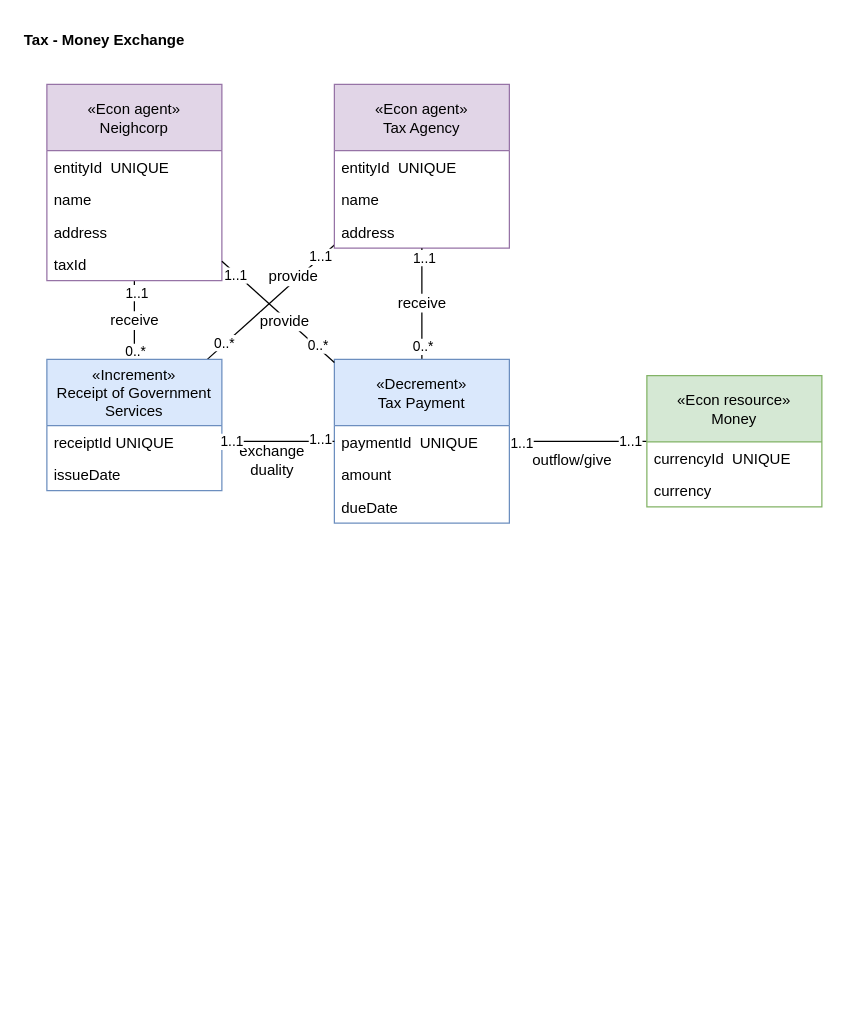
Before: page "Tax Exchange" (8 of 9) of media/IS1_Project_REA.drawio in tudwiglemmel/Neigh-Corp---Golden-Meadows, a draw.io diagram. Source tidied: cells renumbered, new cells numbered last; positions are measured from the earlier drawing's top-left corner, leaving out a move shared by most shapes. Both pictures are drawn from the tidied source at 125%, with x=0, y=0 at pixel (21, 21).
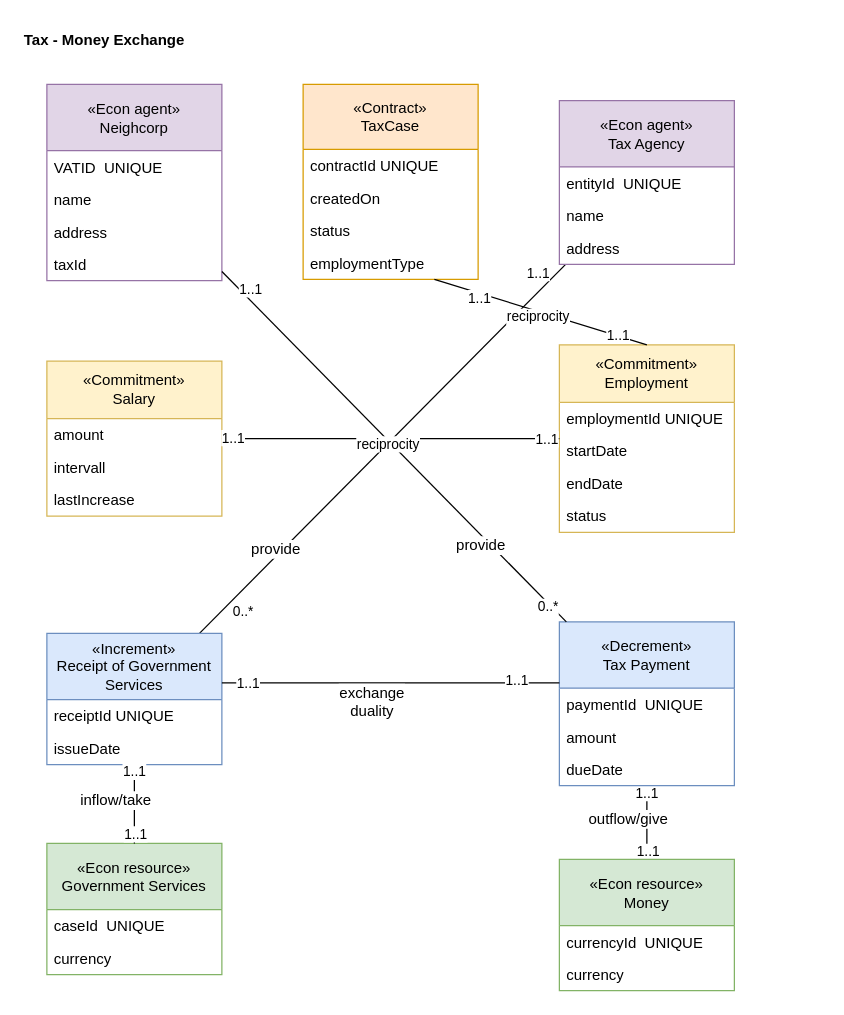
Above is the later version.

The change refers to these unchanged cells:
```xml
<mxCell id="6" value="«Econ agent»&lt;div&gt;Neighcorp&lt;/div&gt;" style="whiteSpace=wrap;html=1;fillColor=#e1d5e7;strokeColor=#9673a6;shape=swimlane;fontStyle=0;startSize=53;horizontal=1;align=center;verticalAlign=middle;fontFamily=Helvetica;fontSize=12;fontColor=default;" parent="1" vertex="1">
  <mxGeometry x="20" y="50" width="140" height="157" as="geometry" />
</mxCell>
```

Change to the diagram source:
```diff
@@
+    <mxCell id="40" value="«Contract»&lt;div&gt;TaxCase&lt;/div&gt;" style="whiteSpace=wrap;html=1;fillColor=#ffe6cc;strokeColor=#d79b00;shape=swimlane;fontStyle=0;startSize=52;horizontal=1;align=center;verticalAlign=middle;fontFamily=Helvetica;fontSize=12;fontColor=default;" parent="1" vertex="1">
+      <mxGeometry x="225" y="50" width="140" height="156" as="geometry" />
+    </mxCell>
+    <mxCell id="41" value="contractId UNIQUE" style="text;strokeColor=none;fillColor=none;align=left;verticalAlign=top;spacingLeft=4;spacingRight=4;overflow=hidden;whiteSpace=wrap;html=1;" parent="40" vertex="1">
+      <mxGeometry y="52" width="140" height="26" as="geometry" />
+    </mxCell>
+    <mxCell id="42" value="createdOn" style="text;strokeColor=none;fillColor=none;align=left;verticalAlign=top;spacingLeft=4;spacingRight=4;overflow=hidden;whiteSpace=wrap;html=1;" parent="40" vertex="1">
+      <mxGeometry y="78" width="140" height="26" as="geometry" />
+    </mxCell>
+    <mxCell id="43" value="status" style="text;strokeColor=none;fillColor=none;align=left;verticalAlign=top;spacingLeft=4;spacingRight=4;overflow=hidden;whiteSpace=wrap;html=1;" parent="40" vertex="1">
+      <mxGeometry y="104" width="140" height="26" as="geometry" />
+    </mxCell>
+    <mxCell id="44" value="employmentType" style="text;strokeColor=none;fillColor=none;align=left;verticalAlign=top;spacingLeft=4;spacingRight=4;overflow=hidden;whiteSpace=wrap;html=1;" parent="40" vertex="1">
+      <mxGeometry y="130" width="140" height="26" as="geometry" />
+    </mxCell>
@@
-    <mxCell id="3" value="receive" style="edgeStyle=orthogonalEdgeStyle;rounded=0;jettySize=auto;html=1;fontFamily=Helvetica;fontSize=12;fontColor=default;endArrow=none;endFill=0;" parent="1" edge="1" source="6" target="18">
-      <mxGeometry relative="1" as="geometry" />
-    </mxCell>
-    <mxCell id="4" value="0..*" style="edgeLabel;html=1;align=center;verticalAlign=middle;" parent="3" vertex="1">
-      <mxGeometry x="0.77" relative="1" as="geometry" />
-    </mxCell>
-    <mxCell id="5" value="1..1" style="edgeLabel;html=1;align=center;verticalAlign=middle;" parent="3" vertex="1">
-      <mxGeometry x="-0.73" y="1" relative="1" as="geometry" />
-    </mxCell>
@@
-    <mxCell id="7" value="entityId&amp;nbsp; UNIQUE" style="text;strokeColor=none;fillColor=none;align=left;verticalAlign=top;spacingLeft=4;spacingRight=4;overflow=hidden;whiteSpace=wrap;html=1;fontFamily=Helvetica;fontSize=12;fontColor=default;fontStyle=0;horizontal=1;" parent="6" vertex="1">
+    <mxCell id="7" value="VATID&amp;nbsp; UNIQUE" style="text;strokeColor=none;fillColor=none;align=left;verticalAlign=top;spacingLeft=4;spacingRight=4;overflow=hidden;whiteSpace=wrap;html=1;fontFamily=Helvetica;fontSize=12;fontColor=default;fontStyle=0;horizontal=1;" parent="6" vertex="1">
       <mxGeometry y="53" width="140" height="26" as="geometry" />
     </mxCell>
@@
     <mxCell id="11" value="provide" style="rounded=0;jettySize=auto;html=1;fontFamily=Helvetica;fontSize=12;fontColor=default;endArrow=none;endFill=0;" parent="1" edge="1" source="14" target="18">
-      <mxGeometry x="-0.38" y="-3" relative="1" as="geometry" />
+      <mxGeometry x="0.57" y="-5" relative="1" as="geometry">
+        <mxPoint x="1" as="offset" />
+      </mxGeometry>
     </mxCell>
     <mxCell id="12" value="1..1" style="edgeLabel;html=1;align=center;verticalAlign=middle;" parent="11" vertex="1">
-      <mxGeometry x="-0.78" y="-1" relative="1" as="geometry" />
+      <mxGeometry x="-0.78" y="-1" relative="1" as="geometry">
+        <mxPoint x="11" y="-25" as="offset" />
+      </mxGeometry>
     </mxCell>
     <mxCell id="13" value="0..*" style="edgeLabel;html=1;align=center;verticalAlign=middle;" parent="11" vertex="1">
-      <mxGeometry x="0.72" y="-1" relative="1" as="geometry" />
+      <mxGeometry x="0.72" y="-1" relative="1" as="geometry">
+        <mxPoint x="-6" y="24" as="offset" />
+      </mxGeometry>
     </mxCell>
     <mxCell id="14" value="«Econ agent»&lt;div&gt;Tax Agency&lt;/div&gt;" style="whiteSpace=wrap;html=1;fillColor=#e1d5e7;strokeColor=#9673a6;shape=swimlane;fontStyle=0;startSize=53;horizontal=1;align=center;verticalAlign=middle;fontFamily=Helvetica;fontSize=12;fontColor=default;" parent="1" vertex="1">
-      <mxGeometry x="250" y="50" width="140" height="131" as="geometry" />
+      <mxGeometry x="430" y="63" width="140" height="131" as="geometry" />
     </mxCell>
@@
     <mxCell id="18" value="«Increment»&lt;div&gt;Receipt of Government Services&lt;/div&gt;" style="whiteSpace=wrap;html=1;fillColor=#dae8fc;strokeColor=#6c8ebf;shape=swimlane;fontStyle=0;startSize=53;horizontal=1;align=center;verticalAlign=middle;fontFamily=Helvetica;fontSize=12;" parent="1" vertex="1">
-      <mxGeometry x="20" y="270" width="140" height="105" as="geometry" />
+      <mxGeometry x="20" y="489.2" width="140" height="105" as="geometry" />
     </mxCell>
@@
-    <mxCell id="21" value="receive" style="edgeStyle=orthogonalEdgeStyle;rounded=0;jettySize=auto;html=1;fontFamily=Helvetica;fontSize=12;fontColor=default;endArrow=none;endFill=0;" parent="1" edge="1" source="27" target="14">
-      <mxGeometry relative="1" as="geometry" />
-    </mxCell>
-    <mxCell id="22" value="1..1" style="edgeLabel;html=1;align=center;verticalAlign=middle;" parent="21" vertex="1">
-      <mxGeometry x="0.84" y="-1" relative="1" as="geometry" />
-    </mxCell>
-    <mxCell id="23" value="0..*" style="edgeLabel;html=1;align=center;verticalAlign=middle;" parent="21" vertex="1">
-      <mxGeometry x="-0.75" relative="1" as="geometry" />
-    </mxCell>
@@
     <mxCell id="27" value="«Decrement»&lt;div&gt;Tax Payment&lt;/div&gt;" style="whiteSpace=wrap;html=1;fillColor=#dae8fc;strokeColor=#6c8ebf;shape=swimlane;fontStyle=0;startSize=53;horizontal=1;align=center;verticalAlign=middle;fontFamily=Helvetica;fontSize=12;" parent="1" vertex="1">
-      <mxGeometry x="250" y="270" width="140" height="131" as="geometry" />
+      <mxGeometry x="430" y="480" width="140" height="131" as="geometry" />
     </mxCell>
@@
     <mxCell id="31" value="«Econ resource»&lt;div&gt;Money&lt;/div&gt;" style="whiteSpace=wrap;html=1;fillColor=#d5e8d4;strokeColor=#82b366;shape=swimlane;fontStyle=0;startSize=53;horizontal=1;align=center;verticalAlign=middle;fontFamily=Helvetica;fontSize=12;" parent="1" vertex="1">
-      <mxGeometry x="500" y="283" width="140" height="105" as="geometry" />
+      <mxGeometry x="430" y="670" width="140" height="105" as="geometry" />
     </mxCell>
@@
     <mxCell id="34" value="exchange&lt;div&gt;duality&lt;/div&gt;" style="edgeStyle=orthogonalEdgeStyle;rounded=0;jettySize=auto;html=1;fontFamily=Helvetica;fontSize=12;fontColor=default;endArrow=none;endFill=0;" parent="1" edge="1" source="18" target="27">
       <mxGeometry x="-0.11" y="-15" relative="1" as="geometry">
         <Array as="points">
-          <mxPoint x="190" y="335.5" />
-          <mxPoint x="190" y="335.5" />
+          <mxPoint x="260" y="528.8" />
+          <mxPoint x="260" y="528.8" />
         </Array>
       </mxGeometry>
     </mxCell>
@@
     <mxCell id="37" value="provide" style="rounded=0;jettySize=auto;html=1;fontFamily=Helvetica;fontSize=12;fontColor=default;endArrow=none;endFill=0;" parent="1" edge="1" source="6" target="27">
-      <mxGeometry x="0.15" y="-3" relative="1" as="geometry">
-        <mxPoint y="-1" as="offset" />
-      </mxGeometry>
+      <mxGeometry x="0.53" y="-6" relative="1" as="geometry" />
     </mxCell>
     <mxCell id="38" value="1..1" style="edgeLabel;html=1;align=center;verticalAlign=middle;" parent="37" vertex="1">
-      <mxGeometry x="-0.75" y="-1" relative="1" as="geometry" />
+      <mxGeometry x="-0.75" y="-1" relative="1" as="geometry">
+        <mxPoint x="-11" y="-22" as="offset" />
+      </mxGeometry>
     </mxCell>
     <mxCell id="39" value="0..*" style="edgeLabel;html=1;align=center;verticalAlign=middle;" parent="37" vertex="1">
-      <mxGeometry x="0.68" y="1" relative="1" as="geometry" />
+      <mxGeometry x="0.68" y="1" relative="1" as="geometry">
+        <mxPoint x="28" y="33" as="offset" />
+      </mxGeometry>
     </mxCell>
+    <mxCell id="45" value="«Econ resource»&lt;div&gt;Government Services&lt;/div&gt;" style="whiteSpace=wrap;html=1;fillColor=#d5e8d4;strokeColor=#82b366;shape=swimlane;fontStyle=0;startSize=53;horizontal=1;align=center;verticalAlign=middle;fontFamily=Helvetica;fontSize=12;" parent="1" vertex="1">
+      <mxGeometry x="20" y="657.2" width="140" height="105" as="geometry" />
+    </mxCell>
+    <mxCell id="46" value="caseId &amp;nbsp;UNIQUE" style="text;strokeColor=none;fillColor=none;align=left;verticalAlign=top;spacingLeft=4;spacingRight=4;overflow=hidden;whiteSpace=wrap;html=1;fontFamily=Helvetica;fontSize=12;fontColor=default;fontStyle=0;horizontal=1;" parent="45" vertex="1">
+      <mxGeometry y="53" width="140" height="26" as="geometry" />
+    </mxCell>
+    <mxCell id="47" value="currency" style="text;strokeColor=none;fillColor=none;align=left;verticalAlign=top;spacingLeft=4;spacingRight=4;overflow=hidden;whiteSpace=wrap;html=1;" parent="45" vertex="1">
+      <mxGeometry y="79" width="140" height="26" as="geometry" />
+    </mxCell>
+    <mxCell id="48" value="inflow/take" style="rounded=0;jettySize=auto;html=1;fontFamily=Helvetica;fontSize=12;fontColor=default;endArrow=none;endFill=0;exitX=0.5;exitY=1;exitDx=0;exitDy=0;entryX=0.5;entryY=0;entryDx=0;entryDy=0;" parent="1" edge="1" source="18" target="45">
+      <mxGeometry x="-0.09" y="-15" relative="1" as="geometry" />
+    </mxCell>
+    <mxCell id="49" value="1..1" style="edgeLabel;html=1;align=center;verticalAlign=middle;" parent="48" vertex="1">
+      <mxGeometry x="-0.84" y="-1" relative="1" as="geometry" />
+    </mxCell>
+    <mxCell id="50" value="1..1" style="edgeLabel;html=1;align=center;verticalAlign=middle;" parent="48" vertex="1">
+      <mxGeometry x="0.75" relative="1" as="geometry" />
+    </mxCell>
+    <mxCell id="51" value="«Commitment»&lt;div&gt;Salary&lt;/div&gt;" style="whiteSpace=wrap;html=1;fillColor=#fff2cc;strokeColor=#d6b656;shape=swimlane;fontStyle=0;startSize=46;horizontal=1;align=center;verticalAlign=middle;fontFamily=Helvetica;fontSize=12;fontColor=default;" parent="1" vertex="1">
+      <mxGeometry x="20" y="271.4" width="140" height="124" as="geometry" />
+    </mxCell>
+    <mxCell id="52" value="amount" style="text;strokeColor=none;fillColor=none;align=left;verticalAlign=top;spacingLeft=4;spacingRight=4;overflow=hidden;whiteSpace=wrap;html=1;" parent="51" vertex="1">
+      <mxGeometry y="46" width="140" height="26" as="geometry" />
+    </mxCell>
+    <mxCell id="53" value="intervall" style="text;strokeColor=none;fillColor=none;align=left;verticalAlign=top;spacingLeft=4;spacingRight=4;overflow=hidden;whiteSpace=wrap;html=1;" parent="51" vertex="1">
+      <mxGeometry y="72" width="140" height="26" as="geometry" />
+    </mxCell>
+    <mxCell id="54" value="lastIncrease" style="text;strokeColor=none;fillColor=none;align=left;verticalAlign=top;spacingLeft=4;spacingRight=4;overflow=hidden;whiteSpace=wrap;html=1;" parent="51" vertex="1">
+      <mxGeometry y="98" width="140" height="26" as="geometry" />
+    </mxCell>
+    <mxCell id="55" value="«Commitment»&lt;div&gt;Employment&lt;/div&gt;" style="whiteSpace=wrap;html=1;fillColor=#fff2cc;strokeColor=#d6b656;shape=swimlane;fontStyle=0;startSize=46;horizontal=1;align=center;verticalAlign=middle;fontFamily=Helvetica;fontSize=12;fontColor=default;" parent="1" vertex="1">
+      <mxGeometry x="430" y="258.4" width="140" height="150" as="geometry" />
+    </mxCell>
+    <mxCell id="56" value="employmentId UNIQUE" style="text;strokeColor=none;fillColor=none;align=left;verticalAlign=top;spacingLeft=4;spacingRight=4;overflow=hidden;whiteSpace=wrap;html=1;" parent="55" vertex="1">
+      <mxGeometry y="46" width="140" height="26" as="geometry" />
+    </mxCell>
+    <mxCell id="57" value="startDate" style="text;strokeColor=none;fillColor=none;align=left;verticalAlign=top;spacingLeft=4;spacingRight=4;overflow=hidden;whiteSpace=wrap;html=1;" parent="55" vertex="1">
+      <mxGeometry y="72" width="140" height="26" as="geometry" />
+    </mxCell>
+    <mxCell id="58" value="endDate" style="text;strokeColor=none;fillColor=none;align=left;verticalAlign=top;spacingLeft=4;spacingRight=4;overflow=hidden;whiteSpace=wrap;html=1;" parent="55" vertex="1">
+      <mxGeometry y="98" width="140" height="26" as="geometry" />
+    </mxCell>
+    <mxCell id="59" value="status" style="text;strokeColor=none;fillColor=none;align=left;verticalAlign=top;spacingLeft=4;spacingRight=4;overflow=hidden;whiteSpace=wrap;html=1;" parent="55" vertex="1">
+      <mxGeometry y="124" width="140" height="26" as="geometry" />
+    </mxCell>
+    <mxCell id="60" style="endArrow=none;html=1;rounded=0;exitX=1;exitY=0.5;exitDx=0;exitDy=0;entryX=0;entryY=0.5;entryDx=0;entryDy=0;" parent="1" edge="1" source="51" target="55">
+      <mxGeometry relative="1" as="geometry" />
+    </mxCell>
+    <mxCell id="61" value="reciprocity" style="edgeLabel;html=1;align=center;verticalAlign=middle;" parent="60" vertex="1">
+      <mxGeometry x="-0.02" y="-3" relative="1" as="geometry">
+        <mxPoint y="1" as="offset" />
+      </mxGeometry>
+    </mxCell>
+    <mxCell id="62" value="1..1" style="edgeLabel;html=1;align=center;verticalAlign=middle;" parent="60" vertex="1">
+      <mxGeometry x="-0.94" y="1" relative="1" as="geometry" />
+    </mxCell>
+    <mxCell id="63" value="1..1" style="edgeLabel;html=1;align=center;verticalAlign=middle;" parent="60" vertex="1">
+      <mxGeometry x="0.92" relative="1" as="geometry" />
+    </mxCell>
+    <mxCell id="64" style="endArrow=none;html=1;rounded=0;entryX=0.5;entryY=0;entryDx=0;entryDy=0;exitX=0.75;exitY=1;exitDx=0;exitDy=0;" parent="1" edge="1" source="40" target="55">
+      <mxGeometry relative="1" as="geometry" />
+    </mxCell>
+    <mxCell id="65" value="reciprocity" style="edgeLabel;html=1;align=center;verticalAlign=middle;" parent="64" vertex="1">
+      <mxGeometry x="-0.02" y="-3" relative="1" as="geometry">
+        <mxPoint y="1" as="offset" />
+      </mxGeometry>
+    </mxCell>
+    <mxCell id="66" value="1..1" style="edgeLabel;html=1;align=center;verticalAlign=middle;" parent="64" vertex="1">
+      <mxGeometry x="-0.94" y="1" relative="1" as="geometry">
+        <mxPoint x="30" y="14" as="offset" />
+      </mxGeometry>
+    </mxCell>
+    <mxCell id="67" value="1..1" style="edgeLabel;html=1;align=center;verticalAlign=middle;" parent="64" vertex="1">
+      <mxGeometry x="0.91" relative="1" as="geometry">
+        <mxPoint x="-16" y="-6" as="offset" />
+      </mxGeometry>
+    </mxCell>
```
